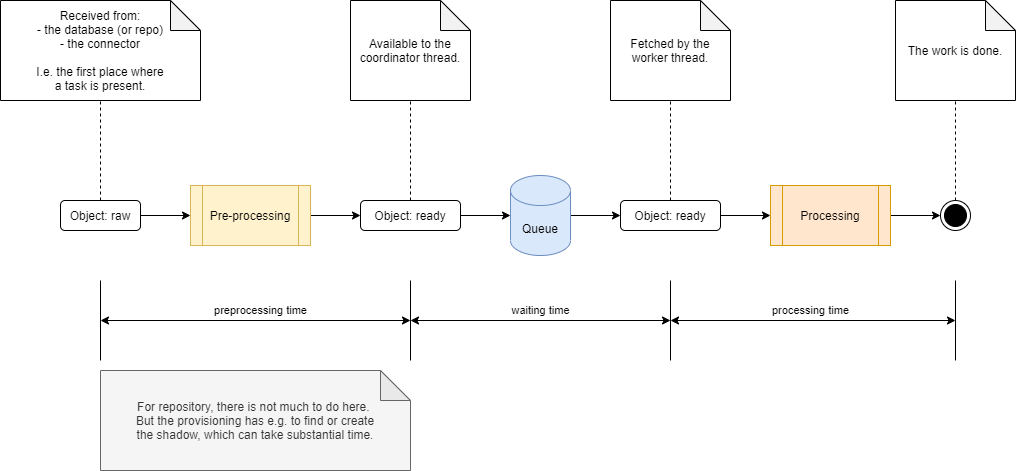
Evolveum/docs keeps this draw.io diagram as midpoint/midscale/design/tasks/task-processing-states.png. Above is the earlier version. Source tidied: cells renumbered, new cells last; positions are measured from the earlier drawing's top-left corner, leaving out a move shared by most shapes.
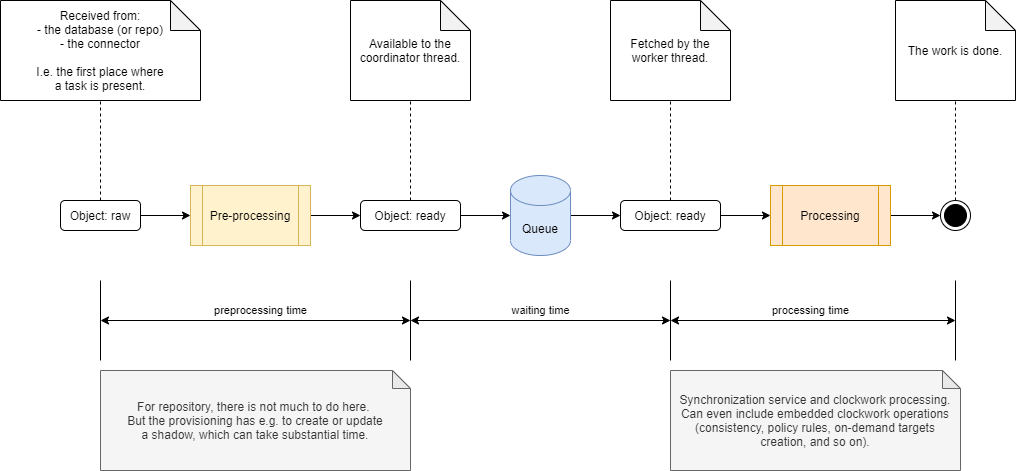
The same diagram one commit later.

Change to the diagram source:
```diff
@@ -107,8 +107,11 @@
     <mxCell id="29" value="The work is done." style="shape=note;whiteSpace=wrap;html=1;backgroundOutline=1;darkOpacity=0.05;" parent="1" vertex="1">
       <mxGeometry x="895" width="120" height="100" as="geometry" />
     </mxCell>
-    <mxCell id="30" value="For repository, there is not much to do here.&amp;nbsp;&lt;br&gt;But the provisioning has e.g. to find or create&lt;br&gt;the shadow, which can take substantial time." style="shape=note;whiteSpace=wrap;html=1;backgroundOutline=1;darkOpacity=0.05;fillColor=#f5f5f5;strokeColor=#666666;fontColor=#333333;" parent="1" vertex="1">
+    <mxCell id="30" value="For repository, there is not much to do here.&amp;nbsp;&lt;br&gt;But the provisioning has e.g. to create or update&lt;br&gt;a shadow, which can take substantial time." style="shape=note;whiteSpace=wrap;html=1;backgroundOutline=1;darkOpacity=0.05;fillColor=#f5f5f5;strokeColor=#666666;fontColor=#333333;size=18;" parent="1" vertex="1">
       <mxGeometry x="100" y="370" width="310" height="100" as="geometry" />
     </mxCell>
+    <mxCell id="31" value="Synchronization service and clockwork processing.&lt;br&gt;Can even include embedded clockwork operations&lt;br&gt;(consistency, policy rules, on-demand targets creation, and so on)." style="shape=note;whiteSpace=wrap;html=1;backgroundOutline=1;darkOpacity=0.05;fillColor=#f5f5f5;strokeColor=#666666;fontColor=#333333;size=18;" parent="1" vertex="1">
+      <mxGeometry x="670" y="370" width="290" height="100" as="geometry" />
+    </mxCell>
   </root>
 </mxGraphModel>
```
